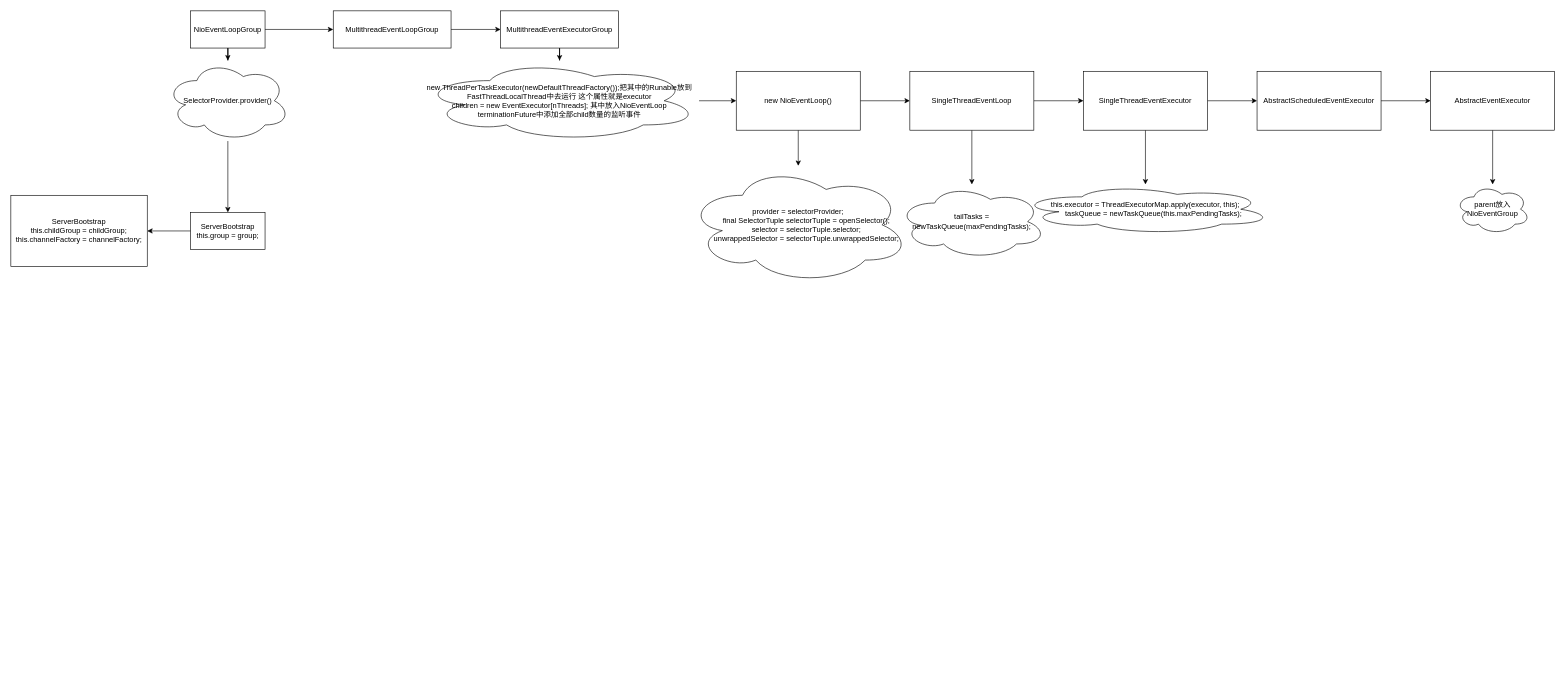
This is Netty.drawio from echohawkOuyang/NiceToMeetYou, a draw.io file, before an edit. Source tidied: cells renumbered, new cells numbered last; positions are measured from the earlier drawing's top-left corner, leaving out a move shared by most shapes. Both pictures are drawn from the tidied source at 62%, with x=0, y=0 at pixel (11, 11).
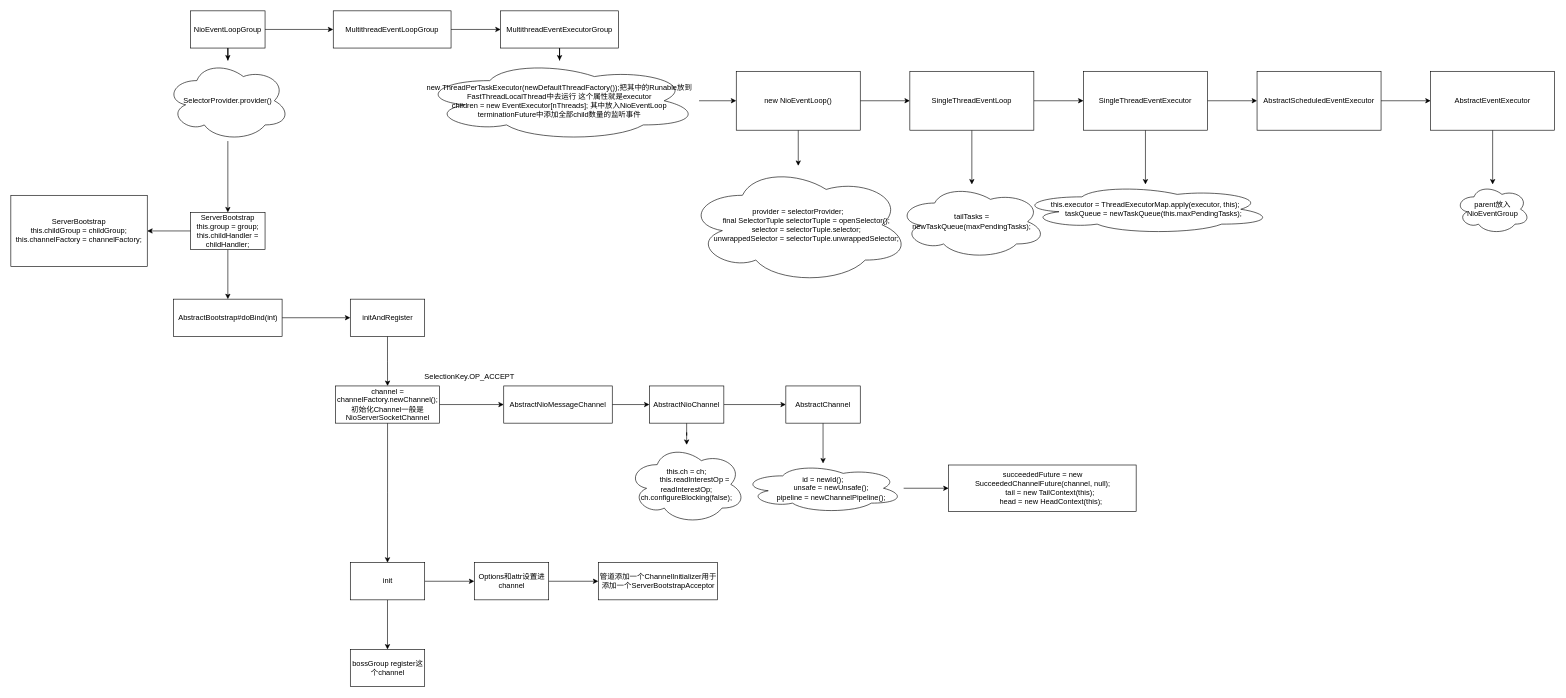
The same diagram, later.

Change to the diagram source:
```diff
@@
+    <mxCell id="33" style="edgeStyle=orthogonalEdgeStyle;rounded=0;jettySize=auto;html=1;" parent="1" edge="1" source="31" target="35">
+      <mxGeometry relative="1" as="geometry" />
+    </mxCell>
-    <mxCell id="31" value="ServerBootstrap&lt;br&gt;this.group = group;" style="whiteSpace=wrap;html=1;rounded=0;" parent="1" vertex="1">
+    <mxCell id="31" value="ServerBootstrap&lt;br&gt;this.group = group;&lt;br&gt;this.childHandler = childHandler;" style="whiteSpace=wrap;html=1;rounded=0;" parent="1" vertex="1">
       <mxGeometry x="290" y="325" width="120" height="60" as="geometry" />
     </mxCell>
@@
+    <mxCell id="34" style="edgeStyle=orthogonalEdgeStyle;rounded=0;jettySize=auto;html=1;" parent="1" edge="1" source="35" target="37">
+      <mxGeometry relative="1" as="geometry" />
+    </mxCell>
+    <mxCell id="35" value="AbstractBootstrap#doBind(int)" style="whiteSpace=wrap;html=1;rounded=0;" parent="1" vertex="1">
+      <mxGeometry x="262.5" y="465" width="175" height="60" as="geometry" />
+    </mxCell>
+    <mxCell id="36" style="edgeStyle=orthogonalEdgeStyle;rounded=0;jettySize=auto;html=1;" parent="1" edge="1" source="37" target="40">
+      <mxGeometry relative="1" as="geometry" />
+    </mxCell>
+    <mxCell id="37" value="initAndRegister" style="whiteSpace=wrap;html=1;rounded=0;" parent="1" vertex="1">
+      <mxGeometry x="547.5" y="465" width="120" height="60" as="geometry" />
+    </mxCell>
+    <mxCell id="38" style="edgeStyle=orthogonalEdgeStyle;rounded=0;jettySize=auto;html=1;" parent="1" edge="1" source="40" target="42">
+      <mxGeometry relative="1" as="geometry" />
+    </mxCell>
+    <mxCell id="39" style="edgeStyle=orthogonalEdgeStyle;rounded=0;jettySize=auto;html=1;" parent="1" edge="1" source="40" target="55">
+      <mxGeometry relative="1" as="geometry" />
+    </mxCell>
+    <mxCell id="40" value="channel = channelFactory.newChannel();初始化Channel一般是NioServerSocketChannel" style="whiteSpace=wrap;html=1;rounded=0;" parent="1" vertex="1">
+      <mxGeometry x="523.8" y="605" width="167.5" height="60" as="geometry" />
+    </mxCell>
+    <mxCell id="41" style="edgeStyle=orthogonalEdgeStyle;rounded=0;jettySize=auto;html=1;" parent="1" edge="1" source="42" target="50">
+      <mxGeometry relative="1" as="geometry" />
+    </mxCell>
+    <mxCell id="42" value="AbstractNioMessageChannel" style="whiteSpace=wrap;html=1;rounded=0;" parent="1" vertex="1">
+      <mxGeometry x="795" y="605" width="175" height="60" as="geometry" />
+    </mxCell>
+    <mxCell id="43" style="edgeStyle=orthogonalEdgeStyle;rounded=0;jettySize=auto;html=1;" parent="1" edge="1" source="44" target="46">
+      <mxGeometry relative="1" as="geometry" />
+    </mxCell>
+    <mxCell id="44" value="AbstractChannel" style="whiteSpace=wrap;html=1;rounded=0;" parent="1" vertex="1">
+      <mxGeometry x="1250" y="605" width="120" height="60" as="geometry" />
+    </mxCell>
+    <mxCell id="45" style="edgeStyle=orthogonalEdgeStyle;rounded=0;jettySize=auto;html=1;" parent="1" edge="1" source="46" target="47">
+      <mxGeometry relative="1" as="geometry" />
+    </mxCell>
+    <mxCell id="46" value="&lt;div&gt;id = newId();&lt;/div&gt;&lt;div&gt;&amp;nbsp; &amp;nbsp; &amp;nbsp; &amp;nbsp; unsafe = newUnsafe();&lt;/div&gt;&lt;div&gt;&amp;nbsp; &amp;nbsp; &amp;nbsp; &amp;nbsp; pipeline = newChannelPipeline();&lt;/div&gt;" style="ellipse;shape=cloud;whiteSpace=wrap;html=1;rounded=0;" parent="1" vertex="1">
+      <mxGeometry x="1180" y="730" width="260" height="80" as="geometry" />
+    </mxCell>
+    <mxCell id="47" value="&lt;div&gt;succeededFuture = new SucceededChannelFuture(channel, null);&lt;/div&gt;&lt;div&gt;&amp;nbsp; &amp;nbsp; &amp;nbsp; &amp;nbsp;&lt;span style=&quot;background-color: initial;&quot;&gt;tail = new TailContext(this);&lt;/span&gt;&lt;/div&gt;&lt;div&gt;&amp;nbsp; &amp;nbsp; &amp;nbsp; &amp;nbsp; head = new HeadContext(this);&lt;/div&gt;" style="whiteSpace=wrap;html=1;rounded=0;" parent="1" vertex="1">
+      <mxGeometry x="1512.5" y="732.5" width="302.5" height="75" as="geometry" />
+    </mxCell>
+    <mxCell id="48" style="edgeStyle=orthogonalEdgeStyle;rounded=0;jettySize=auto;html=1;" parent="1" edge="1" source="50" target="51">
+      <mxGeometry relative="1" as="geometry" />
+    </mxCell>
+    <mxCell id="49" style="edgeStyle=orthogonalEdgeStyle;rounded=0;jettySize=auto;html=1;" parent="1" edge="1" source="50" target="44">
+      <mxGeometry relative="1" as="geometry" />
+    </mxCell>
+    <mxCell id="50" value="AbstractNioChannel" style="whiteSpace=wrap;html=1;rounded=0;" parent="1" vertex="1">
+      <mxGeometry x="1030" y="605" width="120" height="60" as="geometry" />
+    </mxCell>
+    <mxCell id="51" value="&lt;div&gt;this.ch = ch;&lt;/div&gt;&lt;div&gt;&amp;nbsp; &amp;nbsp; &amp;nbsp; &amp;nbsp; this.readInterestOp = readInterestOp;&lt;/div&gt;&lt;div&gt;ch.configureBlocking(false);&lt;br&gt;&lt;/div&gt;" style="ellipse;shape=cloud;whiteSpace=wrap;html=1;rounded=0;" parent="1" vertex="1">
+      <mxGeometry x="995" y="700" width="190" height="127.5" as="geometry" />
+    </mxCell>
+    <mxCell id="52" value="SelectionKey.OP_ACCEPT" style="text;html=1;strokeColor=none;fillColor=none;align=center;verticalAlign=middle;whiteSpace=wrap;rounded=0;" parent="1" vertex="1">
+      <mxGeometry x="710" y="575" width="60" height="30" as="geometry" />
+    </mxCell>
+    <mxCell id="53" style="edgeStyle=orthogonalEdgeStyle;rounded=0;jettySize=auto;html=1;" parent="1" edge="1" source="55" target="57">
+      <mxGeometry relative="1" as="geometry" />
+    </mxCell>
+    <mxCell id="54" style="edgeStyle=orthogonalEdgeStyle;rounded=0;jettySize=auto;html=1;" parent="1" edge="1" source="55" target="59">
+      <mxGeometry relative="1" as="geometry" />
+    </mxCell>
+    <mxCell id="55" value="init" style="whiteSpace=wrap;html=1;rounded=0;" parent="1" vertex="1">
+      <mxGeometry x="547.5" y="890" width="120" height="60" as="geometry" />
+    </mxCell>
+    <mxCell id="56" style="edgeStyle=orthogonalEdgeStyle;rounded=0;jettySize=auto;html=1;" parent="1" edge="1" source="57" target="58">
+      <mxGeometry relative="1" as="geometry" />
+    </mxCell>
+    <mxCell id="57" value="Options和attr设置进channel" style="whiteSpace=wrap;html=1;rounded=0;" parent="1" vertex="1">
+      <mxGeometry x="747.5" y="890" width="120" height="60" as="geometry" />
+    </mxCell>
+    <mxCell id="58" value="管道添加一个ChannelInitializer用于添加一个ServerBootstrapAcceptor" style="whiteSpace=wrap;html=1;rounded=0;" parent="1" vertex="1">
+      <mxGeometry x="947.5" y="890" width="192.5" height="60" as="geometry" />
+    </mxCell>
+    <mxCell id="59" value="bossGroup register这个channel" style="whiteSpace=wrap;html=1;rounded=0;" parent="1" vertex="1">
+      <mxGeometry x="547.5" y="1030" width="120" height="60" as="geometry" />
+    </mxCell>
```
